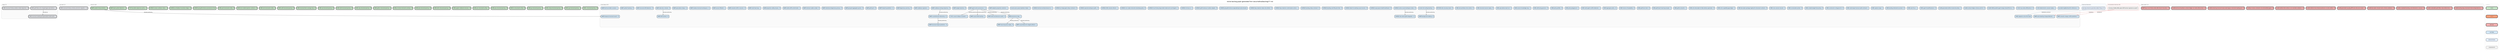
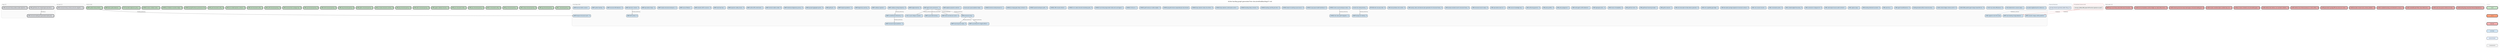
digraph backlog {
  rankdir=TB
  fontname="Helvetica"
  label="Active backlog graph generated from docs/method/backlog/*/*.md"
  labelloc=t
  fontsize=12
  node [shape=box style="rounded,filled" fontname="Helvetica" fontsize=8 margin="0.1,0.05" height=0.35]
  edge [color="#666666" arrowsize=0.5 fontname="Helvetica" fontsize=7]
  newrank=true
  ranksep=0.55
  nodesep=0.2

  subgraph cluster_asap {
    label="asap (3)" labeljust=l fontsize=9 fontcolor="#555555"
    style=rounded color="#cccccc" bgcolor="#fafafa"
    asap_CORE_graft_fake_echo_shaped_typescript_witness [label="CORE-graft-fake-echo-shaped-typescript-witness - L" fillcolor="#E5E7EB" penwidth=2]
    asap_CORE_structural_history_evidence_label_alignment [label="CORE-structural-history-evidence-label-alignment - M" fillcolor="#E5E7EB" penwidth=2]
    asap_CORE_structural_reading_port_generated_model_parity [label="CORE-structural-reading-port-generated-model-parity - L" fillcolor="#E5E7EB" penwidth=2]
  }

  subgraph cluster_up_next {
    label="up-next (1)" labeljust=l fontsize=9 fontcolor="#555555"
    style=rounded color="#cccccc" bgcolor="#fafafa"
    up_next_CORE_structural_history_schema_and_echo_migration [label="CORE-structural-history-schema-and-echo-migration - XL" fillcolor="#E5E7EB" penwidth=2]
  }

  subgraph cluster_v0_8_0 {
    label="v0.8.0 (26)" labeljust=l fontsize=9 fontcolor="#555555"
    style=rounded color="#cccccc" bgcolor="#fafafa"
    v0_8_0_CORE_c_structural_parsing [label="CORE-c-structural-parsing - M" fillcolor="#C8E6C9" penwidth=2]
    v0_8_0_CORE_cpp_structural_parsing [label="CORE-cpp-structural-parsing - L" fillcolor="#C8E6C9" penwidth=2]
    v0_8_0_CORE_csharp_structural_parsing [label="CORE-csharp-structural-parsing - M" fillcolor="#C8E6C9" penwidth=2]
    v0_8_0_CORE_go_structural_parsing [label="CORE-go-structural-parsing - S" fillcolor="#C8E6C9" penwidth=2]
    v0_8_0_CORE_hcl_structured_config [label="CORE-hcl-structured-config - M" fillcolor="#C8E6C9" penwidth=2]
    v0_8_0_CORE_java_structural_parsing [label="CORE-java-structural-parsing - M" fillcolor="#C8E6C9" penwidth=2]
    v0_8_0_CORE_json_structured_config [label="CORE-json-structured-config - S" fillcolor="#C8E6C9" penwidth=2]
    v0_8_0_CORE_jupyter_notebook_structure [label="CORE-jupyter-notebook-structure - M" fillcolor="#C8E6C9" penwidth=2]
    v0_8_0_CORE_kotlin_structural_parsing [label="CORE-kotlin-structural-parsing - M" fillcolor="#C8E6C9" penwidth=2]
    v0_8_0_CORE_php_structural_parsing [label="CORE-php-structural-parsing - M" fillcolor="#C8E6C9" penwidth=2]
    v0_8_0_CORE_pr_review_structural_summary [label="CORE-pr-review-structural-summary - M" fillcolor="#C8E6C9" penwidth=2]
    v0_8_0_CORE_python_structural_parsing [label="CORE-python-structural-parsing - S" fillcolor="#C8E6C9" penwidth=2]
    v0_8_0_CORE_ruby_structural_parsing [label="CORE-ruby-structural-parsing - M" fillcolor="#C8E6C9" penwidth=2]
    v0_8_0_CORE_shell_structural_parsing [label="CORE-shell-structural-parsing - M" fillcolor="#C8E6C9" penwidth=2]
    v0_8_0_CORE_sql_structural_parsing [label="CORE-sql-structural-parsing - M" fillcolor="#C8E6C9" penwidth=2]
    v0_8_0_CORE_structural_test_coverage_map [label="CORE-structural-test-coverage-map - M" fillcolor="#C8E6C9" penwidth=2]
    v0_8_0_CORE_swift_structural_parsing [label="CORE-swift-structural-parsing - M" fillcolor="#C8E6C9" penwidth=2]
    v0_8_0_CORE_toml_structured_config [label="CORE-toml-structured-config - S" fillcolor="#C8E6C9" penwidth=2]
    v0_8_0_CORE_tool_context_injection_contracts [label="CORE-tool-context-injection-contracts - M" fillcolor="#C8E6C9" penwidth=2]
    v0_8_0_CORE_yaml_structured_config [label="CORE-yaml-structured-config - M" fillcolor="#C8E6C9" penwidth=2]
    v0_8_0_SURFACE_git_graft_enhance_provenance_hints [label="SURFACE-git-graft-enhance-provenance-hints" fillcolor="#C8E6C9" penwidth=2]
    v0_8_0_SURFACE_pr_feedback_resolution_ledger [label="SURFACE-pr-feedback-resolution-ledger - M" fillcolor="#C8E6C9" penwidth=2]
    v0_8_0_SURFACE_review_cooldown_status [label="SURFACE-review-cooldown-status - S" fillcolor="#C8E6C9" penwidth=2]
    v0_8_0_TEST_bounded_subprocess_policy [label="TEST-bounded-subprocess-policy - S" fillcolor="#C8E6C9" penwidth=2]
    v0_8_0_WARP_dead_symbol_detection [label="WARP-dead-symbol-detection - S" fillcolor="#C8E6C9" penwidth=2]
    v0_8_0_WARP_symbol_history_timeline [label="WARP-symbol-history-timeline - S" fillcolor="#C8E6C9" penwidth=2]
  }

  subgraph cluster_bad_code {
-     label="bad-code (11)" labeljust=l fontsize=9 fontcolor="#555555"
+     label="bad-code (13)" labeljust=l fontsize=9 fontcolor="#555555"
    style=rounded color="#cccccc" bgcolor="#fafafa"
    bad_code_CLEAN_backlog_dag_unresolved_internal_dependencies [label="CLEAN-backlog-dag-unresolved-internal-dependencies - S" fillcolor="#F6B3B3" penwidth=2]
+     bad_code_CLEAN_code_show_parser_runtime_not_ready [label="CLEAN-code-show-parser-runtime-not-ready - S" fillcolor="#F6B3B3" penwidth=2]
    bad_code_CLEAN_coderabbit_path_filters_skip_method_docs [label="CLEAN-coderabbit-path-filters-skip-method-docs - S" fillcolor="#F6B3B3" penwidth=2]
    bad_code_CLEAN_completed_backlog_card_retirement_is_manual [label="CLEAN-completed-backlog-card-retirement-is-manual - M" fillcolor="#F6B3B3" penwidth=2]
    bad_code_CLEAN_descriptor_checker_lacks_schema_validation [label="CLEAN-descriptor-checker-lacks-schema-validation - M" fillcolor="#F6B3B3" penwidth=2]
    bad_code_CLEAN_generated_svg_dag_diff_noise_obscures_review [label="CLEAN-generated-svg-dag-diff-noise-obscures-review - S" fillcolor="#F6B3B3" penwidth=2]
    bad_code_CLEAN_method_close_timeout_produces_no_retro_artifact [label="CLEAN-method-close-timeout-produces-no-retro-artifact - M" fillcolor="#F6B3B3" penwidth=2]
    bad_code_CLEAN_method_retro_witness_can_overstate_validation [label="CLEAN-method-retro-witness-can-overstate-validation - M" fillcolor="#F6B3B3" penwidth=2]
    bad_code_CLEAN_pr_review_comments_not_actionability_typed [label="CLEAN-pr-review-comments-not-actionability-typed - M" fillcolor="#F6B3B3" penwidth=2]
+     bad_code_CLEAN_receipt_cumulative_bytes_avoided_stays_zero [label="CLEAN-receipt-cumulative-bytes-avoided-stays-zero - S" fillcolor="#F6B3B3" penwidth=2]
    bad_code_CLEAN_remaining_structural_warp_reads_bypass_structural_reading_port [label="CLEAN-remaining-structural-warp-reads-bypass-structural-reading-port - M" fillcolor="#F6B3B3" penwidth=2]
    bad_code_CLEAN_technical_teardown_contract_ledger_can_stale_without_tests [label="CLEAN-technical-teardown-contract-ledger-can-stale-without-tests - M" fillcolor="#F6B3B3" penwidth=2]
    bad_code_WARP_bijou_local_history_stale_after_branch_transition [label="WARP-bijou-local-history-stale-after-branch-transition - M" fillcolor="#F6B3B3" penwidth=2]
  }

  subgraph cluster_cool_ideas {
-     label="Cool Ideas (87)" labeljust=l fontsize=9 fontcolor="#555555"
+     label="Cool Ideas (89)" labeljust=l fontsize=9 fontcolor="#555555"
    style=rounded color="#cccccc" bgcolor="#fafafa"
    cool_ideas_bounded_neighborhood_for_references [label="bounded-neighborhood-for-references - S" fillcolor="#D4E8F7" penwidth=1]
    cool_ideas_CI_001_causal_collapse_visualizer [label="CI-001-causal-collapse-visualizer - L" fillcolor="#D4E8F7" penwidth=1]
    cool_ideas_CI_002_deterministic_scenario_replay [label="CI-002-deterministic-scenario-replay - L" fillcolor="#D4E8F7" penwidth=1]
    cool_ideas_CI_003_mcp_native_diff_protocol [label="CI-003-mcp-native-diff-protocol - M" fillcolor="#D4E8F7" penwidth=1]
    cool_ideas_CLEAN_CODE_parallel_agent_merge_shared_file_loss [label="CLEAN-CODE-parallel-agent-merge-shared-file-loss - M" fillcolor="#D4E8F7" penwidth=1]
    cool_ideas_CLEAN_contract_ledger_schema_and_lint [label="CLEAN-contract-ledger-schema-and-lint - M" fillcolor="#D4E8F7" penwidth=1]
    cool_ideas_CLEAN_generated_artifact_review_boundary [label="CLEAN-generated-artifact-review-boundary - S" fillcolor="#D4E8F7" penwidth=1]
    cool_ideas_CORE_agent_handoff_protocol [label="CORE-agent-handoff-protocol - M" fillcolor="#D4E8F7" penwidth=1]
    cool_ideas_CORE_auto_focus [label="CORE-auto-focus - L" fillcolor="#D4E8F7" penwidth=1]
    cool_ideas_CORE_backlog_retirement_assistant [label="CORE-backlog-retirement-assistant - M" fillcolor="#D4E8F7" penwidth=1]
    cool_ideas_CORE_capture_range [label="CORE-capture-range - S" fillcolor="#D4E8F7" penwidth=1]
    cool_ideas_CORE_code_lawyer_local_pr_audit_command [label="CORE-code-lawyer-local-pr-audit-command - L" fillcolor="#D4E8F7" penwidth=1]
    cool_ideas_CORE_constructor_in_disguise_lint [label="CORE-constructor-in-disguise-lint - M" fillcolor="#D4E8F7" penwidth=1]
    cool_ideas_CORE_context_budget_forecasting [label="CORE-context-budget-forecasting - M" fillcolor="#D4E8F7" penwidth=1]
    cool_ideas_CORE_conversation_primer [label="CORE-conversation-primer - M" fillcolor="#D4E8F7" penwidth=1]
    cool_ideas_CORE_cross_session_resume [label="CORE-cross-session-resume - S" fillcolor="#D4E8F7" penwidth=1]
    cool_ideas_CORE_descriptor_package_registry_for_structural_contracts [label="CORE-descriptor-package-registry-for-structural-contracts - M" fillcolor="#D4E8F7" penwidth=1]
    cool_ideas_CORE_echo_capability_gap_ledger [label="CORE-echo-capability-gap-ledger - S" fillcolor="#D4E8F7" penwidth=1]
    cool_ideas_CORE_echo_descriptor_to_fake_witness_generator [label="CORE-echo-descriptor-to-fake-witness-generator - M" fillcolor="#D4E8F7" penwidth=1]
    cool_ideas_CORE_graft_as_teacher [label="CORE-graft-as-teacher - S" fillcolor="#D4E8F7" penwidth=1]
    cool_ideas_CORE_graft_teach_learning_receipts [label="CORE-graft-teach-learning-receipts - S" fillcolor="#D4E8F7" penwidth=1]
    cool_ideas_CORE_graft_tool_client [label="CORE-graft-tool-client - M" fillcolor="#D4E8F7" penwidth=1]
    cool_ideas_CORE_horizon_of_readability [label="CORE-horizon-of-readability - M" fillcolor="#D4E8F7" penwidth=1]
    cool_ideas_CORE_lagrangian_policy [label="CORE-lagrangian-policy - XL" fillcolor="#D4E8F7" penwidth=1]
    cool_ideas_CORE_migrate_to_slice_first_reads [label="CORE-migrate-to-slice-first-reads" fillcolor="#D4E8F7" penwidth=1]
    cool_ideas_CORE_multi_agent_conflict_detection [label="CORE-multi-agent-conflict-detection - L" fillcolor="#D4E8F7" penwidth=1]
    cool_ideas_CORE_policy_playground [label="CORE-policy-playground - S" fillcolor="#D4E8F7" penwidth=1]
    cool_ideas_CORE_policy_profiles [label="CORE-policy-profiles - M" fillcolor="#D4E8F7" penwidth=1]
    cool_ideas_CORE_self_tuning_governor [label="CORE-self-tuning-governor - M" fillcolor="#D4E8F7" penwidth=1]
    cool_ideas_CORE_session_knowledge_map [label="CORE-session-knowledge-map - S" fillcolor="#D4E8F7" penwidth=1]
    cool_ideas_CORE_speculative_read_cost [label="CORE-speculative-read-cost - S" fillcolor="#D4E8F7" penwidth=1]
    cool_ideas_CORE_structural_session_replay [label="CORE-structural-session-replay - M" fillcolor="#D4E8F7" penwidth=1]
+     cool_ideas_CORE_weslaw_semantic_law_for_structural_history [label="CORE-weslaw-semantic-law-for-structural-history - M" fillcolor="#D4E8F7" penwidth=1]
+     cool_ideas_CORE_wesley_codec_and_observer_plan_generation_for_structural_history [label="CORE-wesley-codec-and-observer-plan-generation-for-structural-history - M" fillcolor="#D4E8F7" penwidth=1]
    cool_ideas_CORE_wire_primitives_into_runtime [label="CORE-wire-primitives-into-runtime - M" fillcolor="#D4E8F7" penwidth=1]
    cool_ideas_METHOD_retro_recovery_mode [label="METHOD-retro-recovery-mode - M" fillcolor="#D4E8F7" penwidth=1]
    cool_ideas_monitor_tick_ceiling_tracking [label="monitor-tick-ceiling-tracking - S" fillcolor="#D4E8F7" penwidth=1]
    cool_ideas_SURFACE_active_causal_workspace_status [label="SURFACE-active-causal-workspace-status - M" fillcolor="#D4E8F7" penwidth=1]
    cool_ideas_SURFACE_asap_queue_health_dashboard [label="SURFACE-asap-queue-health-dashboard - M" fillcolor="#D4E8F7" penwidth=1]
    cool_ideas_SURFACE_attach_to_existing_causal_session [label="SURFACE-attach-to-existing-causal-session - M" fillcolor="#D4E8F7" penwidth=1]
    cool_ideas_SURFACE_backlog_card_lifecycle_linter [label="SURFACE-backlog-card-lifecycle-linter - M" fillcolor="#D4E8F7" penwidth=1]
    cool_ideas_SURFACE_backlog_sitrep_command [label="SURFACE-backlog-sitrep-command - M" fillcolor="#D4E8F7" penwidth=1]
    cool_ideas_SURFACE_bijou_daemon_control_plane_actions [label="SURFACE-bijou-daemon-control-plane-actions - L" fillcolor="#D4E8F7" penwidth=1]
    cool_ideas_SURFACE_bijou_daemon_status_live_refresh [label="SURFACE-bijou-daemon-status-live-refresh - M" fillcolor="#D4E8F7" penwidth=1]
    cool_ideas_SURFACE_git_graft_enhance_expanded_git_subcommands [label="SURFACE-git-graft-enhance-expanded-git-subcommands" fillcolor="#D4E8F7" penwidth=1]
    cool_ideas_SURFACE_graft_review_pr_number_adapter [label="SURFACE-graft-review-pr-number-adapter - M" fillcolor="#D4E8F7" penwidth=1]
    cool_ideas_SURFACE_ide_native_graft_integration [label="SURFACE-ide-native-graft-integration - XL" fillcolor="#D4E8F7" penwidth=1]
    cool_ideas_SURFACE_init_dry_run [label="SURFACE-init-dry-run - S" fillcolor="#D4E8F7" penwidth=1]
    cool_ideas_SURFACE_local_history_dag_render_mode_and_count_legend [label="SURFACE-local-history-dag-render-mode-and-count-legend - S" fillcolor="#D4E8F7" penwidth=1]
    cool_ideas_SURFACE_non_codex_instruction_bootstrap_parity [label="SURFACE-non-codex-instruction-bootstrap-parity - M" fillcolor="#D4E8F7" penwidth=1]
    cool_ideas_SURFACE_offer_rename_refactor [label="SURFACE-offer-rename-refactor - L" fillcolor="#D4E8F7" penwidth=1]
    cool_ideas_SURFACE_opened_workspace_paths [label="SURFACE-opened-workspace-paths - M" fillcolor="#D4E8F7" penwidth=1]
    cool_ideas_SURFACE_pr_merge_gate_sitrep_command [label="SURFACE-pr-merge-gate-sitrep-command - M" fillcolor="#D4E8F7" penwidth=1]
    cool_ideas_SURFACE_terminal_activity_browser_tui [label="SURFACE-terminal-activity-browser-tui - L" fillcolor="#D4E8F7" penwidth=1]
    cool_ideas_traverse_plus_query_hydration_helper [label="traverse-plus-query-hydration-helper - S" fillcolor="#D4E8F7" penwidth=1]
    cool_ideas_WARP_adaptive_projection_selection [label="WARP-adaptive-projection-selection - L" fillcolor="#D4E8F7" penwidth=1]
    cool_ideas_WARP_agent_action_provenance [label="WARP-agent-action-provenance - XL" fillcolor="#D4E8F7" penwidth=1]
    cool_ideas_WARP_auto_breaking_change_detection [label="WARP-auto-breaking-change-detection - L" fillcolor="#D4E8F7" penwidth=1]
    cool_ideas_WARP_background_indexing [label="WARP-background-indexing - M" fillcolor="#D4E8F7" penwidth=1]
    cool_ideas_WARP_budget_elasticity [label="WARP-budget-elasticity - M" fillcolor="#D4E8F7" penwidth=1]
    cool_ideas_WARP_causal_blame_for_staged_artifacts [label="WARP-causal-blame-for-staged-artifacts - L" fillcolor="#D4E8F7" penwidth=1]
    cool_ideas_WARP_causal_write_tracking [label="WARP-causal-write-tracking - L" fillcolor="#D4E8F7" penwidth=1]
    cool_ideas_WARP_codebase_entropy_trajectory [label="WARP-codebase-entropy-trajectory - M" fillcolor="#D4E8F7" penwidth=1]
    cool_ideas_WARP_codebase_signature [label="WARP-codebase-signature - L" fillcolor="#D4E8F7" penwidth=1]
    cool_ideas_WARP_counterfactual_refactoring [label="WARP-counterfactual-refactoring - XL" fillcolor="#D4E8F7" penwidth=1]
    cool_ideas_WARP_degeneracy_warning [label="WARP-degeneracy-warning - M" fillcolor="#D4E8F7" penwidth=1]
    cool_ideas_WARP_drift_sentinel [label="WARP-drift-sentinel - M" fillcolor="#D4E8F7" penwidth=1]
    cool_ideas_WARP_footprint_parallelism [label="WARP-footprint-parallelism - XL" fillcolor="#D4E8F7" penwidth=1]
    cool_ideas_WARP_graft_pack [label="WARP-graft-pack - M" fillcolor="#D4E8F7" penwidth=1]
    cool_ideas_WARP_grouped_aggregate_queries [label="WARP-grouped-aggregate-queries - M" fillcolor="#D4E8F7" penwidth=1]
    cool_ideas_WARP_intent_and_decision_events [label="WARP-intent-and-decision-events - M" fillcolor="#D4E8F7" penwidth=1]
    cool_ideas_WARP_intentional_degeneracy_privacy [label="WARP-intentional-degeneracy-privacy - M" fillcolor="#D4E8F7" penwidth=1]
    cool_ideas_WARP_minimum_viable_context [label="WARP-minimum-viable-context - M" fillcolor="#D4E8F7" penwidth=1]
    cool_ideas_WARP_outline_diff_commit_trailer [label="WARP-outline-diff-commit-trailer - S" fillcolor="#D4E8F7" penwidth=1]
    cool_ideas_WARP_projection_safety_classes [label="WARP-projection-safety-classes - M" fillcolor="#D4E8F7" penwidth=1]
    cool_ideas_WARP_provenance_dag [label="WARP-provenance-dag - L" fillcolor="#D4E8F7" penwidth=1]
    cool_ideas_WARP_reasoning_trace_replay [label="WARP-reasoning-trace-replay - M" fillcolor="#D4E8F7" penwidth=1]
    cool_ideas_WARP_rulial_heat_map [label="WARP-rulial-heat-map - L" fillcolor="#D4E8F7" penwidth=1]
    cool_ideas_WARP_semantic_drift_in_sessions [label="WARP-semantic-drift-in-sessions - M" fillcolor="#D4E8F7" penwidth=1]
    cool_ideas_WARP_semantic_merge_conflict_prediction [label="WARP-semantic-merge-conflict-prediction - L" fillcolor="#D4E8F7" penwidth=1]
    cool_ideas_WARP_session_filtration [label="WARP-session-filtration - L" fillcolor="#D4E8F7" penwidth=1]
    cool_ideas_WARP_shadow_structural_workspaces [label="WARP-shadow-structural-workspaces - XL" fillcolor="#D4E8F7" penwidth=1]
    cool_ideas_WARP_speculative_merge [label="WARP-speculative-merge - XL" fillcolor="#D4E8F7" penwidth=1]
    cool_ideas_WARP_stale_docs_checker [label="WARP-stale-docs-checker - M" fillcolor="#D4E8F7" penwidth=1]
    cool_ideas_WARP_structural_drift_detection [label="WARP-structural-drift-detection - M" fillcolor="#D4E8F7" penwidth=1]
    cool_ideas_WARP_structural_impact_prediction [label="WARP-structural-impact-prediction - XL" fillcolor="#D4E8F7" penwidth=1]
    cool_ideas_WARP_symbol_heatmap [label="WARP-symbol-heatmap - M" fillcolor="#D4E8F7" penwidth=1]
    cool_ideas_WARP_technical_debt_curvature [label="WARP-technical-debt-curvature - L" fillcolor="#D4E8F7" penwidth=1]
    cool_ideas_WARP_temporal_structural_search [label="WARP-temporal-structural-search - M" fillcolor="#D4E8F7" penwidth=1]
  }

  subgraph cluster_external {
    label="External blockers" labeljust=l fontsize=9 fontcolor="#555555"
    style=rounded color="#cccccc" bgcolor="#f8fbff"
    external_git_warp_observer_geometry_ladder__Rung_2_4_ [label="git-warp observer geometry ladder (Rung 2-4)" fillcolor="#E8F2FF" penwidth=1]
  }

  subgraph cluster_unresolved {
    label="Unresolved internal refs" labeljust=l fontsize=9 fontcolor="#555555"
    style="rounded,dashed" color="#cc3333" bgcolor="#fff7f7"
    unresolved_CLEAN_CODE_export_diff_semver_signature_as_patch [label="missing: CLEAN_CODE_export-diff-semver-signature-as-patch" fillcolor="#F2F2F2" penwidth=1 style="rounded,dashed,filled"]
  }

  asap_CORE_graft_fake_echo_shaped_typescript_witness -> asap_CORE_structural_reading_port_generated_model_parity [label="blocked_by"]
  cool_ideas_monitor_tick_ceiling_tracking -> cool_ideas_WARP_background_indexing [label="blocked_by/blocking"]
  cool_ideas_SURFACE_active_causal_workspace_status -> cool_ideas_SURFACE_ide_native_graft_integration [label="blocked_by/blocking"]
  cool_ideas_WARP_agent_action_provenance -> cool_ideas_CI_001_causal_collapse_visualizer [label="blocked_by/blocking"]
  cool_ideas_WARP_agent_action_provenance -> cool_ideas_WARP_causal_write_tracking [label="blocked_by/blocking"]
  cool_ideas_WARP_agent_action_provenance -> cool_ideas_WARP_intent_and_decision_events [label="blocked_by/blocking"]
  cool_ideas_WARP_agent_action_provenance -> cool_ideas_WARP_provenance_dag [label="blocked_by/blocking"]
  cool_ideas_WARP_codebase_entropy_trajectory -> cool_ideas_WARP_counterfactual_refactoring [label="blocked_by/blocking"]
  cool_ideas_WARP_counterfactual_refactoring -> cool_ideas_WARP_structural_impact_prediction [label="blocked_by/blocking"]
  cool_ideas_WARP_provenance_dag -> cool_ideas_WARP_causal_blame_for_staged_artifacts [label="blocked_by/blocking"]
  cool_ideas_WARP_provenance_dag -> cool_ideas_WARP_reasoning_trace_replay [label="blocked_by/blocking"]
  cool_ideas_WARP_stale_docs_checker -> cool_ideas_WARP_drift_sentinel [label="blocked_by/blocking"]
  external_git_warp_observer_geometry_ladder__Rung_2_4_ -> cool_ideas_CORE_migrate_to_slice_first_reads [label="blocked_by_external" style=dashed color="#4477AA"]
  unresolved_CLEAN_CODE_export_diff_semver_signature_as_patch -> cool_ideas_WARP_auto_breaking_change_detection [label="blocked_by" style=dashed color="#CC3333"]
  unresolved_CLEAN_CODE_export_diff_semver_signature_as_patch -> cool_ideas_WARP_semantic_merge_conflict_prediction [label="blocked_by" style=dashed color="#CC3333"]
  v0_8_0_WARP_symbol_history_timeline -> cool_ideas_WARP_temporal_structural_search [label="blocked_by/blocking"]

  subgraph cluster_legend {
    label="Legend" labeljust=l fontsize=8 fontcolor="#aaaaaa"
    style=rounded color="#dddddd"
    node [fontsize=7 width=1.4]
    leg_v08 [label="v0.8.0" fillcolor="#C8E6C9" penwidth=2]
    leg_v07 [label="v0.7.0" fillcolor="#FFA07A" penwidth=2]
    leg_bad [label="bad-code" fillcolor="#F6B3B3" penwidth=2]
    leg_idea [label="cool-ideas" fillcolor="#D4E8F7" penwidth=1]
    leg_external [label="external blocker" fillcolor="#E8F2FF" penwidth=1]
    leg_unresolved [label="unresolved ref" fillcolor="#F2F2F2" penwidth=1 style="rounded,dashed,filled"]
    leg_v08 -> leg_v07 [style=invis]
    leg_v07 -> leg_bad [style=invis]
    leg_bad -> leg_idea [style=invis]
    leg_idea -> leg_external [style=invis]
    leg_external -> leg_unresolved [style=invis]
  }
}
